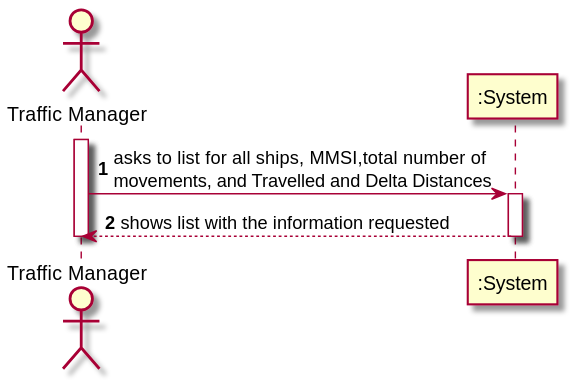
The PlantUML diagram docs/Sprint 3/US/US105/US105_SSD.svg in 1190772/LAB-Project-3, before a commit. Its diagram source:
```plantuml
@startuml

autonumber

actor "Traffic Manager" as TM

activate TM
TM -> ":System" : asks to list for all ships, MMSI,total number of \nmovements, and Travelled and Delta Distances

activate ":System"

":System" --> TM : shows list with the information requested
deactivate ":System"

deactivate TM
@enduml
```
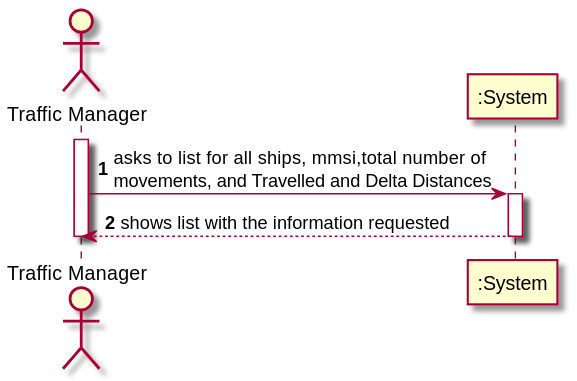
The same file after the commit.

Diff of the diagram source:
```diff
@@ -5,7 +5,7 @@
 actor "Traffic Manager" as TM
 
 activate TM
-TM -> ":System" : asks to list for all ships, MMSI,total number of \nmovements, and Travelled and Delta Distances
+TM -> ":System" : asks to list for all ships, mmsi,total number of \nmovements, and Travelled and Delta Distances
 
 activate ":System"
 
```
